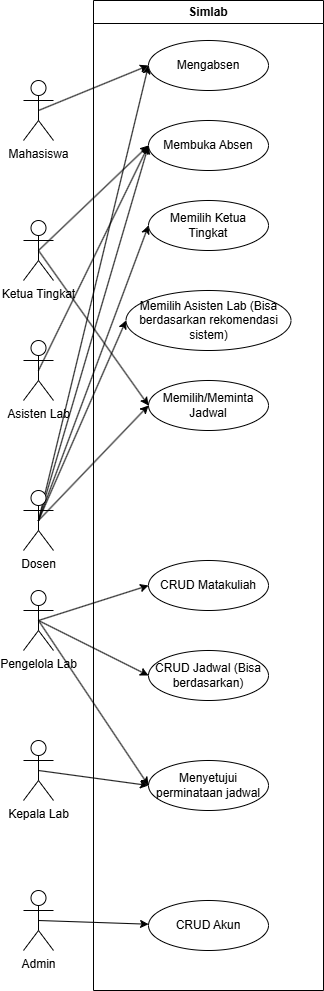
Above: docs/images/usecase.png in codebaradev/Simlab (draw.io), before the change. Source tidied: cells renumbered, new cells last; positions are measured from the earlier drawing's top-left corner, leaving out a move shared by most shapes. The source it was exported from:
```xml
<mxGraphModel>
  <root>
    <mxCell id="0" />
    <mxCell id="1" parent="0" />
    <mxCell id="2" style="edgeStyle=none;html=1;exitX=0.5;exitY=0.5;exitDx=0;exitDy=0;exitPerimeter=0;entryX=0;entryY=0.5;entryDx=0;entryDy=0;" parent="1" edge="1" source="4" target="15">
      <mxGeometry relative="1" as="geometry" />
    </mxCell>
    <mxCell id="3" style="edgeStyle=none;html=1;exitX=0.5;exitY=0.5;exitDx=0;exitDy=0;exitPerimeter=0;entryX=0;entryY=0.5;entryDx=0;entryDy=0;" parent="1" edge="1" source="4" target="18">
      <mxGeometry relative="1" as="geometry" />
    </mxCell>
    <mxCell id="4" value="Ketua Tingkat" style="shape=umlActor;verticalLabelPosition=bottom;verticalAlign=top;html=1;outlineConnect=0;" parent="1" vertex="1">
      <mxGeometry y="220" width="30" height="60" as="geometry" />
    </mxCell>
    <mxCell id="5" style="edgeStyle=none;html=1;exitX=0.5;exitY=0.5;exitDx=0;exitDy=0;exitPerimeter=0;entryX=0;entryY=0.5;entryDx=0;entryDy=0;" parent="1" edge="1" source="10" target="14">
      <mxGeometry relative="1" as="geometry" />
    </mxCell>
    <mxCell id="6" style="edgeStyle=none;html=1;exitX=0.5;exitY=0.5;exitDx=0;exitDy=0;exitPerimeter=0;entryX=0;entryY=0.5;entryDx=0;entryDy=0;" parent="1" edge="1" source="10" target="15">
      <mxGeometry relative="1" as="geometry" />
    </mxCell>
    <mxCell id="7" style="edgeStyle=none;html=1;exitX=0.5;exitY=0.5;exitDx=0;exitDy=0;exitPerimeter=0;entryX=0;entryY=0.5;entryDx=0;entryDy=0;" parent="1" edge="1" source="10" target="16">
      <mxGeometry relative="1" as="geometry" />
    </mxCell>
    <mxCell id="8" style="edgeStyle=none;html=1;exitX=0.5;exitY=0.5;exitDx=0;exitDy=0;exitPerimeter=0;entryX=0;entryY=0.5;entryDx=0;entryDy=0;" parent="1" edge="1" source="10" target="17">
      <mxGeometry relative="1" as="geometry" />
    </mxCell>
    <mxCell id="9" style="edgeStyle=none;html=1;exitX=0.5;exitY=0.5;exitDx=0;exitDy=0;exitPerimeter=0;entryX=0;entryY=0.5;entryDx=0;entryDy=0;" parent="1" edge="1" source="10" target="18">
      <mxGeometry relative="1" as="geometry" />
    </mxCell>
    <mxCell id="10" value="Dosen" style="shape=umlActor;verticalLabelPosition=bottom;verticalAlign=top;html=1;outlineConnect=0;" parent="1" vertex="1">
      <mxGeometry y="490" width="30" height="60" as="geometry" />
    </mxCell>
    <mxCell id="11" style="edgeStyle=none;html=1;exitX=0.5;exitY=0.5;exitDx=0;exitDy=0;exitPerimeter=0;entryX=0;entryY=0.5;entryDx=0;entryDy=0;" parent="1" edge="1" source="12" target="14">
      <mxGeometry relative="1" as="geometry" />
    </mxCell>
    <mxCell id="12" value="Mahasiswa" style="shape=umlActor;verticalLabelPosition=bottom;verticalAlign=top;html=1;outlineConnect=0;" parent="1" vertex="1">
      <mxGeometry y="80" width="30" height="60" as="geometry" />
    </mxCell>
    <mxCell id="13" value="Simlab" style="swimlane;whiteSpace=wrap;html=1;" parent="1" vertex="1">
      <mxGeometry x="70" width="230" height="990" as="geometry" />
    </mxCell>
    <mxCell id="14" value="Mengabsen" style="ellipse;whiteSpace=wrap;html=1;" parent="13" vertex="1">
      <mxGeometry x="55" y="40" width="120" height="50" as="geometry" />
    </mxCell>
    <mxCell id="15" value="Membuka Absen" style="ellipse;whiteSpace=wrap;html=1;" parent="13" vertex="1">
      <mxGeometry x="55" y="120" width="120" height="50" as="geometry" />
    </mxCell>
    <mxCell id="16" value="Memilih Ketua Tingkat" style="ellipse;whiteSpace=wrap;html=1;" parent="13" vertex="1">
      <mxGeometry x="55" y="200" width="120" height="50" as="geometry" />
    </mxCell>
    <mxCell id="17" value="Memilih Asisten Lab (Bisa berdasarkan rekomendasi sistem)" style="ellipse;whiteSpace=wrap;html=1;" parent="13" vertex="1">
      <mxGeometry x="32.5" y="290" width="165" height="60" as="geometry" />
    </mxCell>
    <mxCell id="18" value="Memilih/Meminta Jadwal" style="ellipse;whiteSpace=wrap;html=1;" parent="13" vertex="1">
      <mxGeometry x="55" y="380" width="120" height="50" as="geometry" />
    </mxCell>
    <mxCell id="19" style="edgeStyle=none;html=1;exitX=0.5;exitY=0.5;exitDx=0;exitDy=0;exitPerimeter=0;entryX=0;entryY=0.5;entryDx=0;entryDy=0;" parent="13" edge="1" source="22" target="27">
      <mxGeometry relative="1" as="geometry" />
    </mxCell>
    <mxCell id="20" style="edgeStyle=none;html=1;exitX=0.5;exitY=0.5;exitDx=0;exitDy=0;exitPerimeter=0;entryX=0;entryY=0.5;entryDx=0;entryDy=0;" parent="13" edge="1" source="22" target="28">
      <mxGeometry relative="1" as="geometry" />
    </mxCell>
    <mxCell id="21" style="edgeStyle=none;html=1;exitX=0.5;exitY=0.5;exitDx=0;exitDy=0;exitPerimeter=0;entryX=0;entryY=0.5;entryDx=0;entryDy=0;" parent="13" edge="1" source="22" target="30">
      <mxGeometry relative="1" as="geometry" />
    </mxCell>
    <mxCell id="22" value="Pengelola Lab&lt;div&gt;&lt;br&gt;&lt;/div&gt;" style="shape=umlActor;verticalLabelPosition=bottom;verticalAlign=top;html=1;outlineConnect=0;" parent="13" vertex="1">
      <mxGeometry x="-70" y="590" width="30" height="60" as="geometry" />
    </mxCell>
    <mxCell id="23" style="edgeStyle=none;html=1;exitX=0.5;exitY=0.5;exitDx=0;exitDy=0;exitPerimeter=0;entryX=0;entryY=0.5;entryDx=0;entryDy=0;" parent="13" edge="1" source="24" target="30">
      <mxGeometry relative="1" as="geometry" />
    </mxCell>
    <mxCell id="24" value="Kepala Lab&lt;div&gt;&lt;br&gt;&lt;/div&gt;" style="shape=umlActor;verticalLabelPosition=bottom;verticalAlign=top;html=1;outlineConnect=0;" parent="13" vertex="1">
      <mxGeometry x="-70" y="740" width="30" height="60" as="geometry" />
    </mxCell>
    <mxCell id="25" style="edgeStyle=none;html=1;exitX=0.5;exitY=0.5;exitDx=0;exitDy=0;exitPerimeter=0;" parent="13" edge="1" source="26" target="29">
      <mxGeometry relative="1" as="geometry" />
    </mxCell>
    <mxCell id="26" value="Admin" style="shape=umlActor;verticalLabelPosition=bottom;verticalAlign=top;html=1;outlineConnect=0;" parent="13" vertex="1">
      <mxGeometry x="-70" y="890" width="30" height="60" as="geometry" />
    </mxCell>
    <mxCell id="27" value="CRUD Matakuliah" style="ellipse;whiteSpace=wrap;html=1;" parent="13" vertex="1">
      <mxGeometry x="55" y="560" width="120" height="50" as="geometry" />
    </mxCell>
    <mxCell id="28" value="CRUD Jadwal (Bisa berdasarkan)" style="ellipse;whiteSpace=wrap;html=1;" parent="13" vertex="1">
      <mxGeometry x="55" y="650" width="120" height="50" as="geometry" />
    </mxCell>
    <mxCell id="29" value="CRUD Akun" style="ellipse;whiteSpace=wrap;html=1;" parent="13" vertex="1">
      <mxGeometry x="55" y="900" width="120" height="50" as="geometry" />
    </mxCell>
    <mxCell id="30" value="Menyetujui perminataan jadwal" style="ellipse;whiteSpace=wrap;html=1;" parent="13" vertex="1">
      <mxGeometry x="55" y="760" width="120" height="50" as="geometry" />
    </mxCell>
    <mxCell id="31" style="edgeStyle=none;html=1;exitX=0.5;exitY=0.5;exitDx=0;exitDy=0;exitPerimeter=0;entryX=0;entryY=0.5;entryDx=0;entryDy=0;" parent="1" edge="1" source="32" target="15">
      <mxGeometry relative="1" as="geometry" />
    </mxCell>
    <mxCell id="32" value="Asisten Lab" style="shape=umlActor;verticalLabelPosition=bottom;verticalAlign=top;html=1;outlineConnect=0;" parent="1" vertex="1">
      <mxGeometry y="340" width="30" height="60" as="geometry" />
    </mxCell>
  </root>
</mxGraphModel>
```
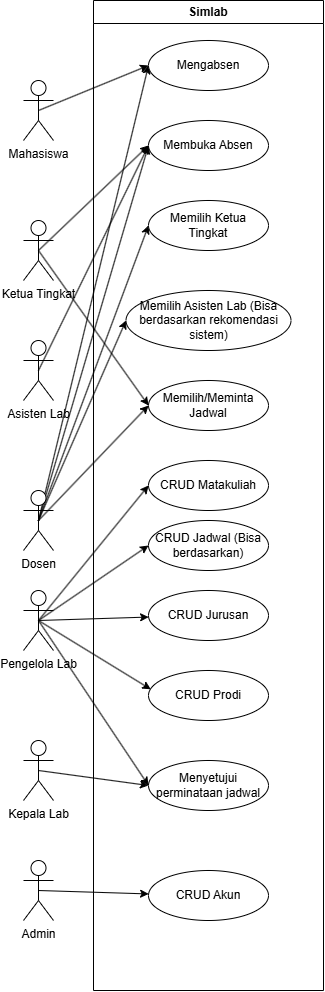
After the change.

Change to the diagram source:
```diff
@@ -62,6 +62,9 @@
     <mxCell id="21" style="edgeStyle=none;html=1;exitX=0.5;exitY=0.5;exitDx=0;exitDy=0;exitPerimeter=0;entryX=0;entryY=0.5;entryDx=0;entryDy=0;" parent="13" edge="1" source="22" target="30">
       <mxGeometry relative="1" as="geometry" />
     </mxCell>
+    <mxCell id="33" style="edgeStyle=none;html=1;exitX=0.5;exitY=0.5;exitDx=0;exitDy=0;exitPerimeter=0;" parent="13" edge="1" source="22" target="34">
+      <mxGeometry relative="1" as="geometry" />
+    </mxCell>
     <mxCell id="22" value="Pengelola Lab&lt;div&gt;&lt;br&gt;&lt;/div&gt;" style="shape=umlActor;verticalLabelPosition=bottom;verticalAlign=top;html=1;outlineConnect=0;" parent="13" vertex="1">
       <mxGeometry x="-70" y="590" width="30" height="60" as="geometry" />
     </mxCell>
@@ -75,20 +78,29 @@
       <mxGeometry relative="1" as="geometry" />
     </mxCell>
     <mxCell id="26" value="Admin" style="shape=umlActor;verticalLabelPosition=bottom;verticalAlign=top;html=1;outlineConnect=0;" parent="13" vertex="1">
-      <mxGeometry x="-70" y="890" width="30" height="60" as="geometry" />
+      <mxGeometry x="-70" y="860" width="30" height="60" as="geometry" />
     </mxCell>
     <mxCell id="27" value="CRUD Matakuliah" style="ellipse;whiteSpace=wrap;html=1;" parent="13" vertex="1">
-      <mxGeometry x="55" y="560" width="120" height="50" as="geometry" />
+      <mxGeometry x="55" y="460" width="120" height="50" as="geometry" />
     </mxCell>
     <mxCell id="28" value="CRUD Jadwal (Bisa berdasarkan)" style="ellipse;whiteSpace=wrap;html=1;" parent="13" vertex="1">
-      <mxGeometry x="55" y="650" width="120" height="50" as="geometry" />
+      <mxGeometry x="55" y="520" width="120" height="50" as="geometry" />
     </mxCell>
     <mxCell id="29" value="CRUD Akun" style="ellipse;whiteSpace=wrap;html=1;" parent="13" vertex="1">
-      <mxGeometry x="55" y="900" width="120" height="50" as="geometry" />
+      <mxGeometry x="55" y="870" width="120" height="50" as="geometry" />
     </mxCell>
     <mxCell id="30" value="Menyetujui perminataan jadwal" style="ellipse;whiteSpace=wrap;html=1;" parent="13" vertex="1">
       <mxGeometry x="55" y="760" width="120" height="50" as="geometry" />
     </mxCell>
+    <mxCell id="34" value="CRUD Jurusan" style="ellipse;whiteSpace=wrap;html=1;" parent="13" vertex="1">
+      <mxGeometry x="55" y="590" width="120" height="50" as="geometry" />
+    </mxCell>
+    <mxCell id="35" value="CRUD Prodi" style="ellipse;whiteSpace=wrap;html=1;" parent="13" vertex="1">
+      <mxGeometry x="55" y="670" width="120" height="50" as="geometry" />
+    </mxCell>
+    <mxCell id="36" style="edgeStyle=none;html=1;exitX=0.5;exitY=0.5;exitDx=0;exitDy=0;exitPerimeter=0;entryX=0.019;entryY=0.376;entryDx=0;entryDy=0;entryPerimeter=0;" parent="13" edge="1" source="22" target="35">
+      <mxGeometry relative="1" as="geometry" />
+    </mxCell>
     <mxCell id="31" style="edgeStyle=none;html=1;exitX=0.5;exitY=0.5;exitDx=0;exitDy=0;exitPerimeter=0;entryX=0;entryY=0.5;entryDx=0;entryDy=0;" parent="1" edge="1" source="32" target="15">
       <mxGeometry relative="1" as="geometry" />
     </mxCell>
```
